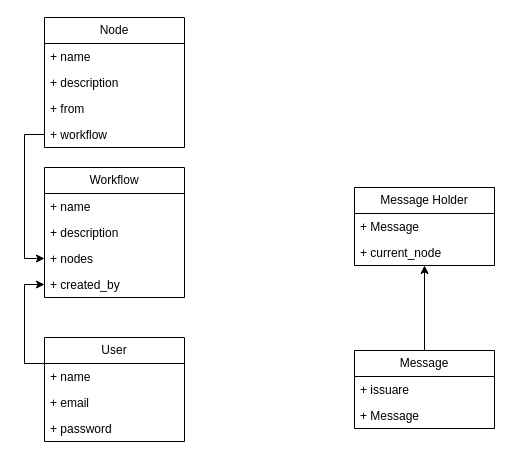
Above: diagrams/Classes_v2.drawio in hasanforaty/FlexFlowAPI (draw.io), before the change. Source tidied: cells renumbered, new cells numbered last; positions are measured from the earlier drawing's top-left corner, leaving out a move shared by most shapes. Both pictures are drawn from the tidied source at 100%, with x=0, y=0 at pixel (44, 17).
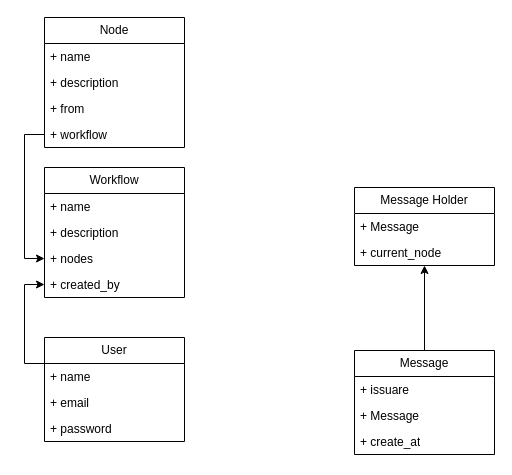
The same diagram, later.

Diff of the diagram source:
```diff
@@
     <mxCell id="19" value="Message" style="swimlane;fontStyle=0;horizontal=1;startSize=26;fillColor=none;whiteSpace=wrap;html=1;" parent="1" vertex="1">
-      <mxGeometry x="310" y="333" width="140" height="78" as="geometry" />
+      <mxGeometry x="310" y="333" width="140" height="104" as="geometry" />
     </mxCell>
@@
+    <mxCell id="25" value="+ create_at" style="text;strokeColor=none;fillColor=none;align=left;verticalAlign=top;spacingLeft=4;spacingRight=4;overflow=hidden;whiteSpace=wrap;html=1;" parent="19" vertex="1">
+      <mxGeometry y="78" width="140" height="26" as="geometry" />
+    </mxCell>
```
